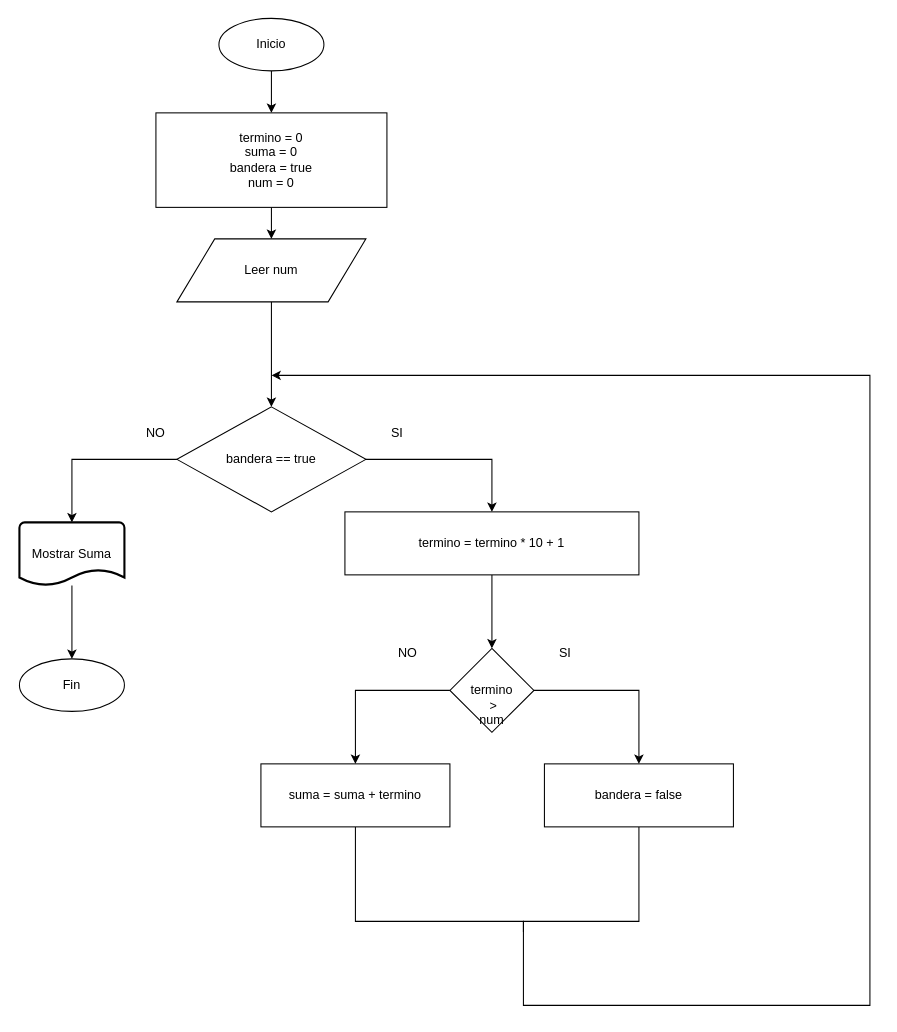
Before: ejercicioN3.drawio in luisgm21/trabajoPractico1Progra12026, a draw.io diagram. Source tidied: cells renumbered, new cells numbered last; positions are measured from the earlier drawing's top-left corner, leaving out a move shared by most shapes. Both pictures are drawn from the tidied source at 105%, with x=0, y=0 at pixel (19, 18).
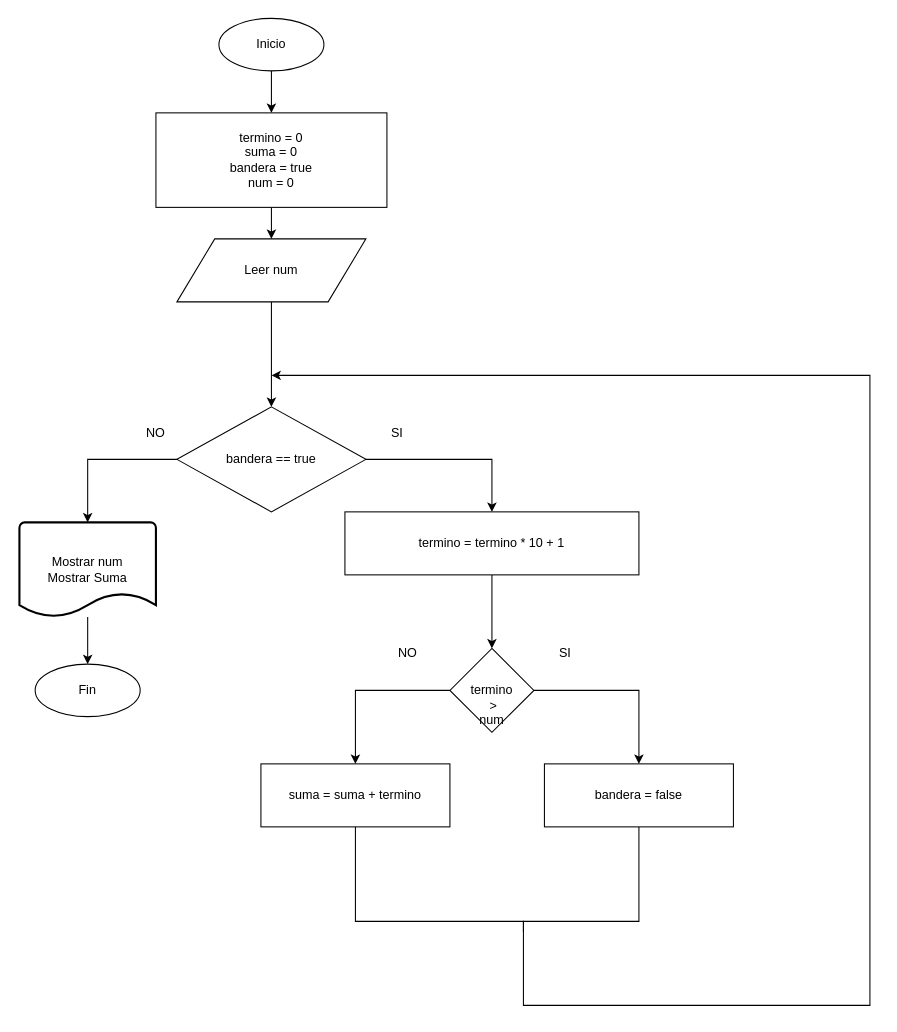
The same diagram, later.

Commit message (it also covers changes not shown here):
feat: eliminar DiagramaEjercicio3.png, agregar Ejercicio3.jpg y actualizar ejercicioN3.drawio y ejercicioN3.html

What changed in the source:
```diff
@@
     <mxCell id="17" value="Fin" style="ellipse;whiteSpace=wrap;html=1;" parent="1" vertex="1">
-      <mxGeometry y="610" width="100" height="50" as="geometry" />
+      <mxGeometry x="15" y="615" width="100" height="50" as="geometry" />
     </mxCell>
@@
-    <mxCell id="26" value="Mostrar Suma" style="strokeWidth=2;html=1;shape=mxgraph.flowchart.document2;whiteSpace=wrap;size=0.25;" parent="1" vertex="1">
-      <mxGeometry y="480" width="100" height="60" as="geometry" />
+    <mxCell id="26" value="Mostrar num&lt;br&gt;Mostrar Suma" style="strokeWidth=2;html=1;shape=mxgraph.flowchart.document2;whiteSpace=wrap;size=0.25;" parent="1" vertex="1">
+      <mxGeometry y="480" width="130" height="90" as="geometry" />
     </mxCell>
```
